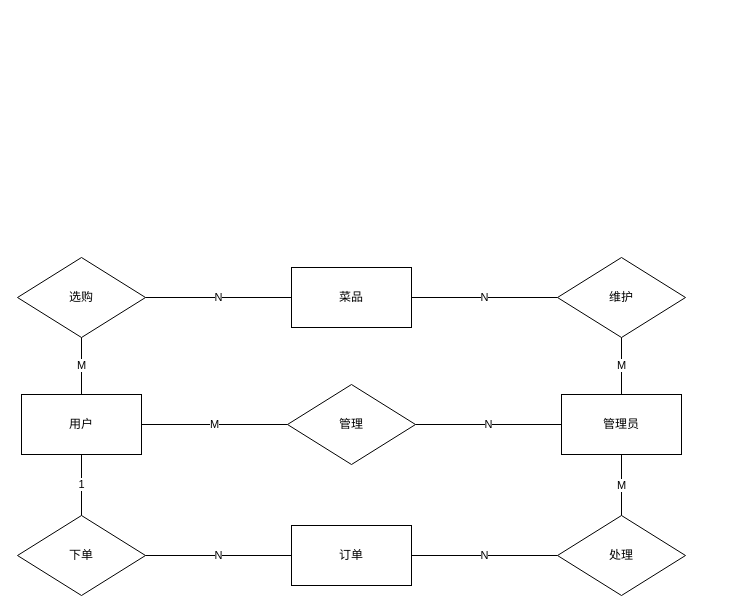
Earlier version of the draw.io diagram 系统E-R图.drawio (FanDoggie/github-slideshow). Source tidied: cells renumbered, new cells numbered last; positions are measured from the earlier drawing's top-left corner, leaving out a move shared by most shapes. Both pictures are drawn from the tidied source at 100%, with x=0, y=0 at pixel (17, 257).
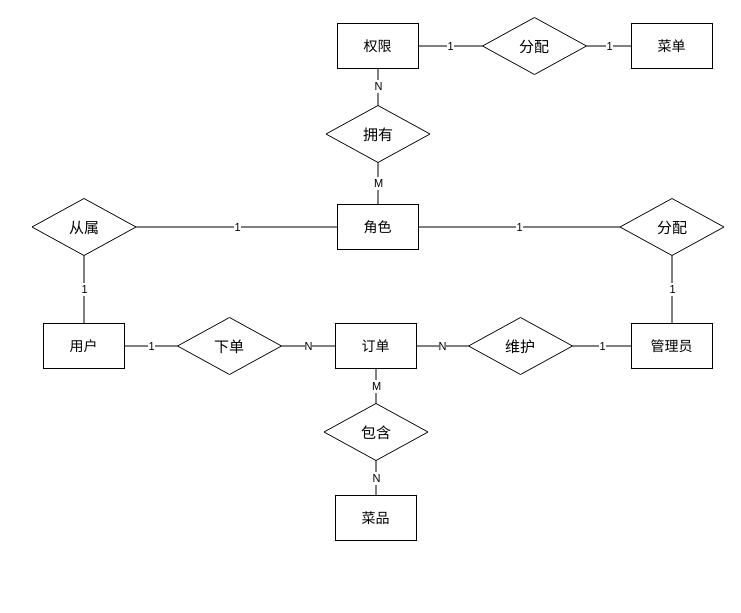
Above is the later version.

Commit message:
更新系统E-R图.drawio

What changed in the source:
```diff
@@
-    <mxCell id="2" value="用户" style="rounded=0;whiteSpace=wrap;html=1;" parent="1" vertex="1">
-      <mxGeometry x="4" y="137" width="120" height="60" as="geometry" />
+    <mxCell id="2" value="用户" style="rounded=0;whiteSpace=wrap;html=1;fontSize=14;" parent="1" vertex="1">
+      <mxGeometry x="26" y="66" width="81" height="45" as="geometry" />
     </mxCell>
+    <mxCell id="5" value="管理员" style="rounded=0;whiteSpace=wrap;html=1;fontSize=14;" parent="1" vertex="1">
+      <mxGeometry x="614" y="66" width="81" height="45" as="geometry" />
+    </mxCell>
-    <mxCell id="3" value="订单" style="rounded=0;whiteSpace=wrap;html=1;" parent="1" vertex="1">
-      <mxGeometry x="274" y="268" width="120" height="60" as="geometry" />
+    <mxCell id="3" value="订单" style="rounded=0;whiteSpace=wrap;html=1;fontSize=14;" parent="1" vertex="1">
+      <mxGeometry x="318" y="66" width="81" height="45" as="geometry" />
     </mxCell>
-    <mxCell id="4" value="菜品" style="rounded=0;whiteSpace=wrap;html=1;" parent="1" vertex="1">
-      <mxGeometry x="274" y="10" width="120" height="60" as="geometry" />
+    <mxCell id="4" value="菜品" style="rounded=0;whiteSpace=wrap;html=1;fontSize=14;" parent="1" vertex="1">
+      <mxGeometry x="318" y="238" width="81" height="45" as="geometry" />
     </mxCell>
-    <mxCell id="5" value="管理员" style="rounded=0;whiteSpace=wrap;html=1;" parent="1" vertex="1">
-      <mxGeometry x="544" y="137" width="120" height="60" as="geometry" />
-    </mxCell>
-    <mxCell id="6" value="选购" style="rhombus;whiteSpace=wrap;html=1;" parent="1" vertex="1">
-      <mxGeometry width="128" height="80" as="geometry" />
-    </mxCell>
-    <mxCell id="7" value="处理" style="rhombus;whiteSpace=wrap;html=1;" parent="1" vertex="1">
-      <mxGeometry x="540" y="258" width="128" height="80" as="geometry" />
-    </mxCell>
+    <mxCell id="21" value="角色" style="rounded=0;whiteSpace=wrap;html=1;fontSize=14;" parent="1" vertex="1">
+      <mxGeometry x="320" y="-53" width="81" height="45" as="geometry" />
+    </mxCell>
+    <mxCell id="22" value="权限" style="rounded=0;whiteSpace=wrap;html=1;fontSize=14;" parent="1" vertex="1">
+      <mxGeometry x="320" y="-234" width="81" height="45" as="geometry" />
+    </mxCell>
+    <mxCell id="23" value="菜单" style="rounded=0;whiteSpace=wrap;html=1;fontSize=14;" parent="1" vertex="1">
+      <mxGeometry x="614" y="-234" width="81" height="45" as="geometry" />
+    </mxCell>
+    <mxCell id="24" value="分配" style="rhombus;whiteSpace=wrap;html=1;fontSize=15;" parent="1" vertex="1">
+      <mxGeometry x="602.5" y="-59" width="104" height="57" as="geometry" />
+    </mxCell>
+    <mxCell id="25" value="拥有" style="rhombus;whiteSpace=wrap;html=1;fontSize=15;" parent="1" vertex="1">
+      <mxGeometry x="308.5" y="-152" width="104" height="57" as="geometry" />
+    </mxCell>
+    <mxCell id="26" value="分配" style="rhombus;whiteSpace=wrap;html=1;fontSize=15;" parent="1" vertex="1">
+      <mxGeometry x="465" y="-240" width="104" height="57" as="geometry" />
+    </mxCell>
+    <mxCell id="27" value="包含" style="rhombus;whiteSpace=wrap;html=1;fontSize=15;" parent="1" vertex="1">
+      <mxGeometry x="306.5" y="146" width="104" height="57" as="geometry" />
+    </mxCell>
+    <mxCell id="9" value="下单" style="rhombus;whiteSpace=wrap;html=1;fontSize=15;" parent="1" vertex="1">
+      <mxGeometry x="160" y="60" width="104" height="57" as="geometry" />
+    </mxCell>
-    <mxCell id="8" value="维护" style="rhombus;whiteSpace=wrap;html=1;" parent="1" vertex="1">
-      <mxGeometry x="540" width="128" height="80" as="geometry" />
+    <mxCell id="8" value="维护" style="rhombus;whiteSpace=wrap;html=1;fontSize=15;" parent="1" vertex="1">
+      <mxGeometry x="451" y="60" width="104" height="57" as="geometry" />
     </mxCell>
-    <mxCell id="9" value="下单" style="rhombus;whiteSpace=wrap;html=1;" parent="1" vertex="1">
-      <mxGeometry y="258" width="128" height="80" as="geometry" />
-    </mxCell>
-    <mxCell id="10" value="管理" style="rhombus;whiteSpace=wrap;html=1;" parent="1" vertex="1">
-      <mxGeometry x="270" y="127" width="128" height="80" as="geometry" />
-    </mxCell>
-    <mxCell id="11" value="N" style="endArrow=none;html=1;rounded=0;exitX=1;exitY=0.5;exitDx=0;exitDy=0;entryX=0;entryY=0.5;entryDx=0;entryDy=0;" parent="1" edge="1" source="9" target="3">
-      <mxGeometry relative="1" as="geometry" />
-    </mxCell>
-    <mxCell id="12" value="1" style="endArrow=none;html=1;rounded=0;exitX=0.5;exitY=0;exitDx=0;exitDy=0;entryX=0.5;entryY=1;entryDx=0;entryDy=0;" parent="1" edge="1" source="9" target="2">
-      <mxGeometry relative="1" as="geometry" />
-    </mxCell>
-    <mxCell id="13" value="M" style="endArrow=none;html=1;rounded=0;exitX=0.5;exitY=0;exitDx=0;exitDy=0;" parent="1" edge="1" source="2" target="6">
-      <mxGeometry relative="1" as="geometry" />
-    </mxCell>
-    <mxCell id="14" value="N" style="endArrow=none;html=1;rounded=0;exitX=1;exitY=0.5;exitDx=0;exitDy=0;entryX=0;entryY=0.5;entryDx=0;entryDy=0;" parent="1" edge="1" source="6" target="4">
-      <mxGeometry relative="1" as="geometry" />
-    </mxCell>
-    <mxCell id="15" value="N" style="endArrow=none;html=1;rounded=0;exitX=0;exitY=0.5;exitDx=0;exitDy=0;entryX=1;entryY=0.5;entryDx=0;entryDy=0;" parent="1" edge="1" source="8" target="4">
-      <mxGeometry relative="1" as="geometry" />
-    </mxCell>
-    <mxCell id="16" value="N" style="endArrow=none;html=1;rounded=0;entryX=1;entryY=0.5;entryDx=0;entryDy=0;exitX=0;exitY=0.5;exitDx=0;exitDy=0;" parent="1" edge="1" source="7" target="3">
-      <mxGeometry relative="1" as="geometry" />
-    </mxCell>
-    <mxCell id="17" value="M" style="endArrow=none;html=1;rounded=0;entryX=0.5;entryY=0;entryDx=0;entryDy=0;exitX=0.5;exitY=1;exitDx=0;exitDy=0;" parent="1" edge="1" source="5" target="7">
-      <mxGeometry relative="1" as="geometry" />
-    </mxCell>
+    <mxCell id="28" value="1" style="endArrow=none;html=1;rounded=0;exitX=1;exitY=0.5;exitDx=0;exitDy=0;entryX=0;entryY=0.5;entryDx=0;entryDy=0;" parent="1" edge="1" source="2" target="9">
+      <mxGeometry relative="1" as="geometry" />
+    </mxCell>
+    <mxCell id="29" value="N" style="endArrow=none;html=1;rounded=0;exitX=0;exitY=0.5;exitDx=0;exitDy=0;entryX=1;entryY=0.5;entryDx=0;entryDy=0;" parent="1" edge="1" source="3" target="9">
+      <mxGeometry relative="1" as="geometry" />
+    </mxCell>
+    <mxCell id="30" value="N" style="endArrow=none;html=1;rounded=0;exitX=0;exitY=0.5;exitDx=0;exitDy=0;entryX=1;entryY=0.5;entryDx=0;entryDy=0;" parent="1" edge="1" source="8" target="3">
+      <mxGeometry relative="1" as="geometry" />
+    </mxCell>
+    <mxCell id="31" value="1" style="endArrow=none;html=1;rounded=0;exitX=1;exitY=0.5;exitDx=0;exitDy=0;entryX=0;entryY=0.5;entryDx=0;entryDy=0;" parent="1" edge="1" source="8" target="5">
+      <mxGeometry relative="1" as="geometry" />
+    </mxCell>
+    <mxCell id="32" value="N" style="endArrow=none;html=1;rounded=0;entryX=0.5;entryY=0;entryDx=0;entryDy=0;exitX=0.5;exitY=1;exitDx=0;exitDy=0;" parent="1" edge="1" source="27" target="4">
+      <mxGeometry relative="1" as="geometry" />
+    </mxCell>
+    <mxCell id="33" value="M" style="endArrow=none;html=1;rounded=0;exitX=0.5;exitY=1;exitDx=0;exitDy=0;entryX=0.5;entryY=0;entryDx=0;entryDy=0;" parent="1" edge="1" source="3" target="27">
+      <mxGeometry relative="1" as="geometry" />
+    </mxCell>
+    <mxCell id="34" value="从属" style="rhombus;whiteSpace=wrap;html=1;fontSize=15;" parent="1" vertex="1">
+      <mxGeometry x="14.5" y="-59" width="104" height="57" as="geometry" />
+    </mxCell>
+    <mxCell id="35" value="1" style="endArrow=none;html=1;rounded=0;exitX=0.5;exitY=0;exitDx=0;exitDy=0;entryX=0.5;entryY=1;entryDx=0;entryDy=0;" parent="1" edge="1" source="2" target="34">
+      <mxGeometry relative="1" as="geometry" />
+    </mxCell>
+    <mxCell id="36" value="1" style="endArrow=none;html=1;rounded=0;exitX=1;exitY=0.5;exitDx=0;exitDy=0;entryX=0;entryY=0.5;entryDx=0;entryDy=0;" parent="1" edge="1" source="34" target="21">
+      <mxGeometry relative="1" as="geometry" />
+    </mxCell>
+    <mxCell id="37" value="1" style="endArrow=none;html=1;rounded=0;exitX=0;exitY=0.5;exitDx=0;exitDy=0;entryX=1;entryY=0.5;entryDx=0;entryDy=0;" parent="1" edge="1" source="24" target="21">
+      <mxGeometry relative="1" as="geometry" />
+    </mxCell>
+    <mxCell id="38" value="1" style="endArrow=none;html=1;rounded=0;exitX=0.5;exitY=0;exitDx=0;exitDy=0;entryX=0.5;entryY=1;entryDx=0;entryDy=0;" parent="1" edge="1" source="5" target="24">
+      <mxGeometry relative="1" as="geometry" />
+    </mxCell>
-    <mxCell id="18" value="M" style="endArrow=none;html=1;rounded=0;exitX=0.5;exitY=0;exitDx=0;exitDy=0;entryX=0.5;entryY=1;entryDx=0;entryDy=0;" parent="1" edge="1" source="5" target="8">
+    <mxCell id="18" value="M" style="endArrow=none;html=1;rounded=0;exitX=0.5;exitY=0;exitDx=0;exitDy=0;entryX=0.5;entryY=1;entryDx=0;entryDy=0;" parent="1" edge="1" source="21" target="25">
       <mxGeometry relative="1" as="geometry" />
     </mxCell>
-    <mxCell id="19" value="M" style="endArrow=none;html=1;rounded=0;exitX=1;exitY=0.5;exitDx=0;exitDy=0;entryX=0;entryY=0.5;entryDx=0;entryDy=0;" parent="1" edge="1" source="2" target="10">
-      <mxGeometry relative="1" as="geometry" />
-    </mxCell>
-    <mxCell id="20" value="N" style="endArrow=none;html=1;rounded=0;exitX=1;exitY=0.5;exitDx=0;exitDy=0;entryX=0;entryY=0.5;entryDx=0;entryDy=0;" parent="1" edge="1" source="10" target="5">
-      <mxGeometry relative="1" as="geometry" />
-    </mxCell>
+    <mxCell id="39" value="N" style="endArrow=none;html=1;rounded=0;entryX=0.5;entryY=1;entryDx=0;entryDy=0;exitX=0.5;exitY=0;exitDx=0;exitDy=0;" parent="1" edge="1" source="25" target="22">
+      <mxGeometry relative="1" as="geometry" />
+    </mxCell>
+    <mxCell id="40" value="1" style="endArrow=none;html=1;rounded=0;exitX=1;exitY=0.5;exitDx=0;exitDy=0;entryX=0;entryY=0.5;entryDx=0;entryDy=0;" parent="1" edge="1" source="22" target="26">
+      <mxGeometry relative="1" as="geometry" />
+    </mxCell>
+    <mxCell id="41" value="1" style="endArrow=none;html=1;rounded=0;exitX=1;exitY=0.5;exitDx=0;exitDy=0;entryX=0;entryY=0.5;entryDx=0;entryDy=0;" parent="1" edge="1" source="26" target="23">
+      <mxGeometry relative="1" as="geometry" />
+    </mxCell>
```
